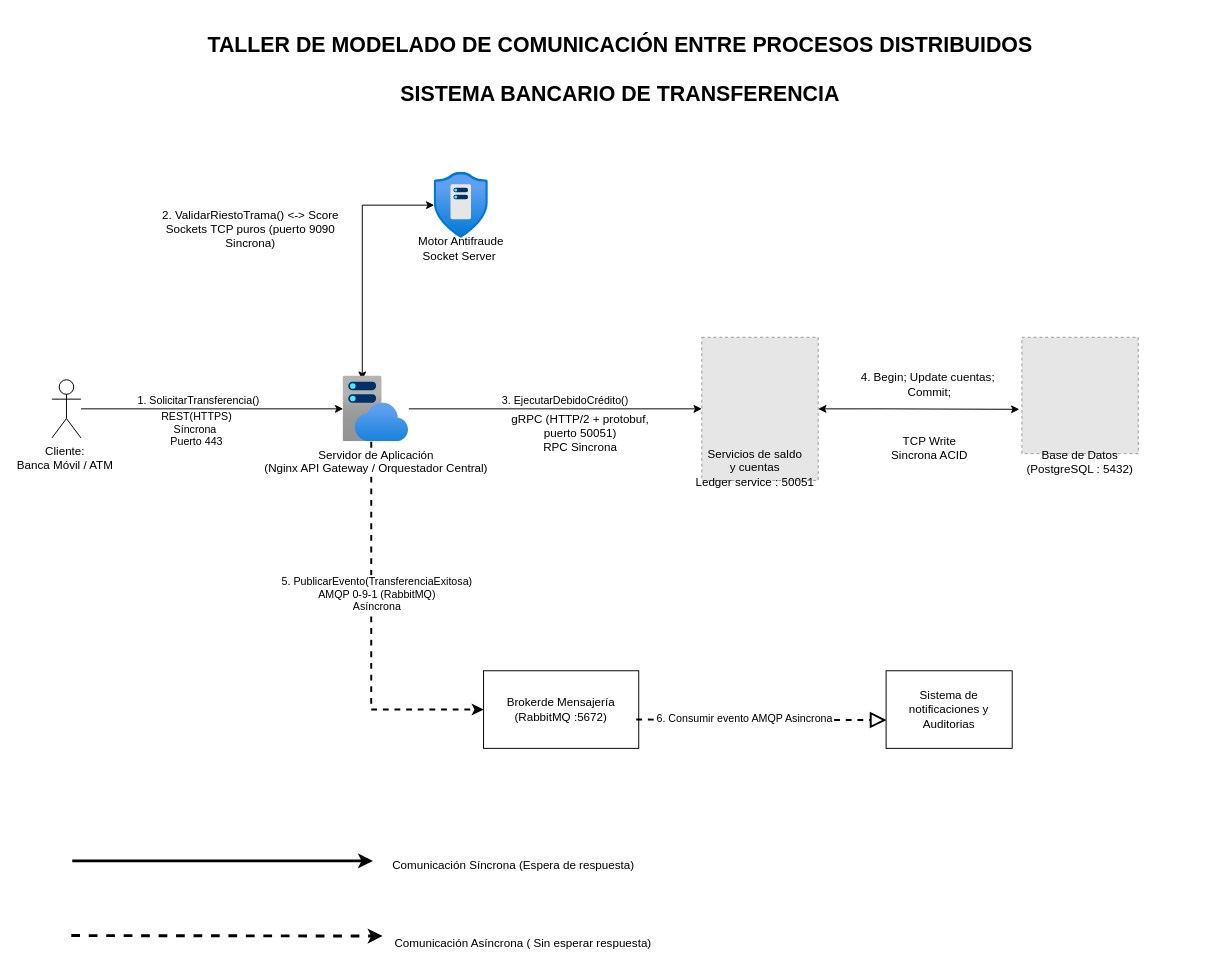
Above: page "Página-1" (1 of 2) of diagrama_bancario.drawio in JeremyJaramillo72/GA-TL-02---FORM---Modelado-de-Comunicaci-n-entre-Procesos-Distribuidos (draw.io), before the change. Source tidied: cells renumbered, new cells numbered last; positions are measured from the earlier drawing's top-left corner, leaving out a move shared by most shapes. Both pictures are drawn from the tidied source at 97%, with x=0, y=0 at pixel (51, 16). Pictures stored in the file or linked from it are replaced by grey dashed boxes.
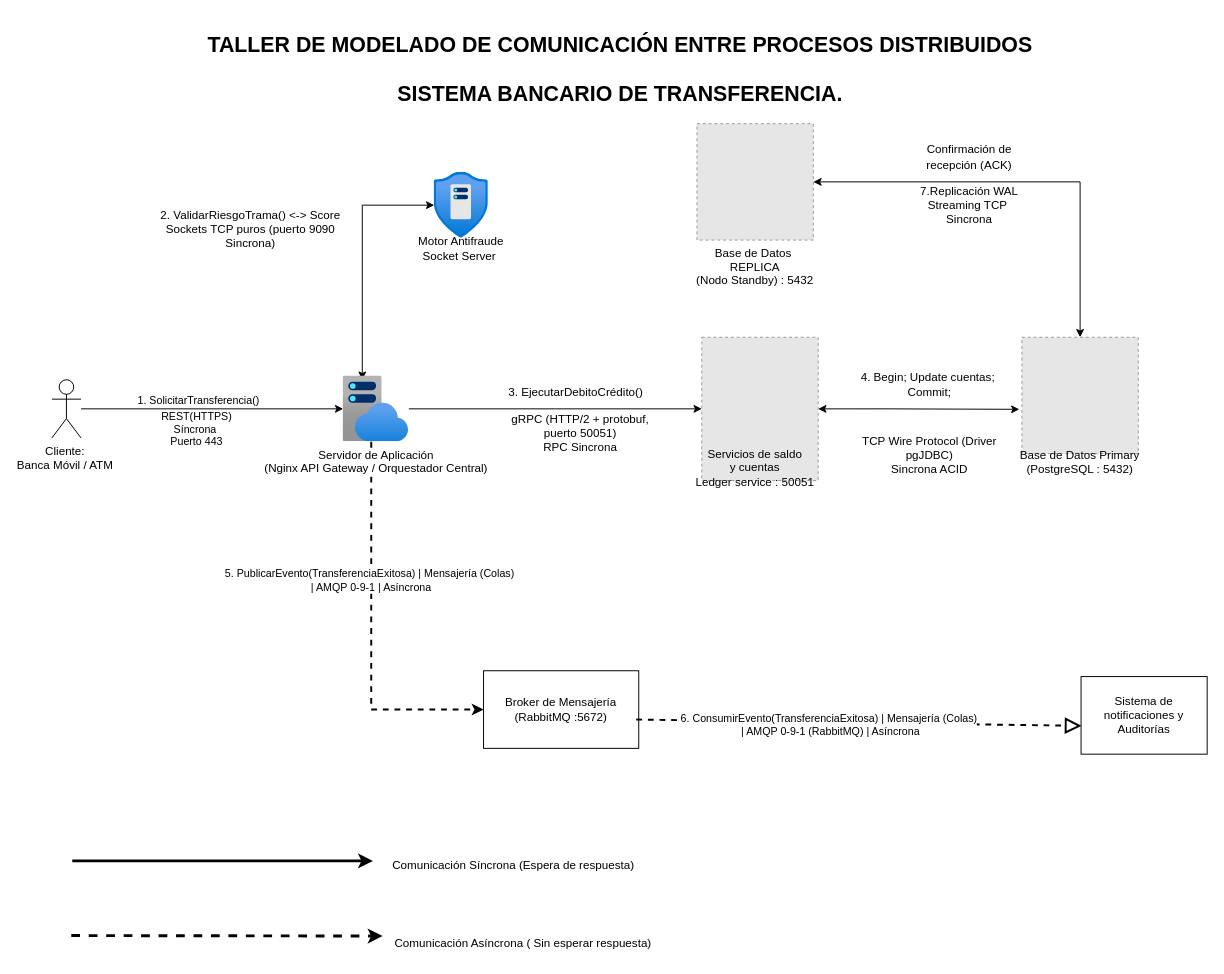
The same page after the edit.

Commit message:
Corregir protocolos, puertos y justificaciones IPC

Se corrigen las etiquetas de métodos y protocolos en las interacciones (ValidarRiesgoTrama, EjecutarDebitoCredito y TCP Wire Protocol).
Se explicitan los puertos y modos de comunicación síncrona/asíncrona (REST :443, Sockets TCP :9090, gRPC :50051, PostgreSQL :5432 y RabbitMQ AMQP :5672).

Unchanged cells that the change refers to:
```xml
<mxCell id="2" style="fillColor=#E6E6E6;strokeColor=#999999;dashed=1;verticalLabelPosition=bottom;labelBackgroundColor=default;verticalAlign=top;" parent="1" vertex="1">
  <mxGeometry x="1000" y="330.2" width="120" height="120" as="geometry" />
</mxCell>
<mxCell id="12" style="endArrow=block;dashed=1;endFill=0;endSize=12;html=1;rounded=0;defaultLabelBackgroundColor=page;entryX=0.003;entryY=0.635;entryDx=0;entryDy=0;entryPerimeter=0;exitX=0.984;exitY=0.629;exitDx=0;exitDy=0;exitPerimeter=0;strokeWidth=2;" parent="1" edge="1" source="4" target="11">
  <mxGeometry relative="1" as="geometry" />
</mxCell>
<mxCell id="14" style="edgeStyle=orthogonalEdgeStyle;rounded=0;jettySize=auto;html=1;entryX=0;entryY=0.5;entryDx=0;entryDy=0;defaultLabelBackgroundColor=page;labelPadding=0 4;exitX=0.43;exitY=1;exitDx=0;exitDy=0;exitPerimeter=0;strokeWidth=2;dashed=1;" parent="1" edge="1" source="17" target="4">
  <mxGeometry relative="1" as="geometry" />
</mxCell>
<mxCell id="19" style="edgeStyle=orthogonalEdgeStyle;rounded=0;jettySize=auto;html=1;defaultLabelBackgroundColor=page;labelPadding=0 4;" parent="1" edge="1" source="17" target="21">
  <mxGeometry relative="1" as="geometry" />
</mxCell>
```

The edit, as a diff of the source:
```diff
@@
+    <mxCell id="33" style="edgeStyle=orthogonalEdgeStyle;shape=wire;rounded=0;jettySize=auto;html=1;entryX=1;entryY=0.5;entryDx=0;entryDy=0;dashed=1;defaultLabelBackgroundColor=page;labelPadding=0 4;exitX=0.5;exitY=0;exitDx=0;exitDy=0;startArrow=classic;startFill=1;" parent="1" edge="1" source="2" target="37">
+      <mxGeometry relative="1" as="geometry" />
+    </mxCell>
@@
-    <mxCell id="4" value="Brokerde Mensajería&lt;br&gt;(RabbitMQ :5672)" style="html=1;whiteSpace=wrap;" parent="1" vertex="1">
+    <mxCell id="4" value="Broker de Mensajería&lt;br&gt;(RabbitMQ :5672)" style="html=1;whiteSpace=wrap;" parent="1" vertex="1">
       <mxGeometry x="445" y="674" width="160" height="80" as="geometry" />
     </mxCell>
@@
-    <mxCell id="11" value="Sistema de notificaciones y Auditorias" style="html=1;whiteSpace=wrap;" parent="1" vertex="1">
-      <mxGeometry x="860" y="674" width="130" height="80" as="geometry" />
+    <mxCell id="11" value="Sistema de notificaciones y Auditorías" style="html=1;whiteSpace=wrap;" parent="1" vertex="1">
+      <mxGeometry x="1061" y="680" width="130" height="80" as="geometry" />
     </mxCell>
@@
-    <mxCell id="13" value="6. Consumir evento AMQP Asincrona" style="edgeLabel;html=1;align=center;verticalAlign=middle;inheritText=1;defaultLabelBackgroundColor=page;" parent="12" vertex="1">
-      <mxGeometry x="-0.14" y="2" relative="1" as="geometry" />
-    </mxCell>
+    <mxCell id="34" value="6. ConsumirEvento(TransferenciaExitosa)&amp;nbsp;| Mensajería (Colas)&lt;br&gt;&amp;nbsp;| AMQP 0-9-1 (RabbitMQ)&amp;nbsp;| Asíncrona" style="edgeLabel;html=1;align=center;verticalAlign=middle;inheritText=1;defaultLabelBackgroundColor=page;" parent="12" vertex="1">
+      <mxGeometry x="-0.53" y="2" relative="1" as="geometry">
+        <mxPoint x="90" y="6" as="offset" />
+      </mxGeometry>
+    </mxCell>
@@
-    <mxCell id="15" value="5. PublicarEvento(TransferenciaExitosa)&lt;br&gt;AMQP 0-9-1 (RabbitMQ)&lt;br&gt;Asíncrona" style="edgeLabel;html=1;align=center;verticalAlign=middle;inheritText=1;defaultLabelBackgroundColor=page;labelPadding=0 4;" parent="14" vertex="1">
-      <mxGeometry x="-0.27" relative="1" as="geometry">
-        <mxPoint x="5" y="14" as="offset" />
-      </mxGeometry>
-    </mxCell>
+    <mxCell id="35" value="5. PublicarEvento(TransferenciaExitosa)&amp;nbsp;| Mensajería (Colas)&amp;nbsp;&lt;br&gt;| AMQP 0-9-1&amp;nbsp;| Asíncrona" style="edgeLabel;html=1;align=center;verticalAlign=middle;inheritText=1;defaultLabelBackgroundColor=page;labelPadding=0 4;" parent="14" vertex="1">
+      <mxGeometry x="-0.27" y="-1" relative="1" as="geometry" />
+    </mxCell>
-    <mxCell id="16" value="2. ValidarRiestoTrama() &amp;lt;-&amp;gt; Score&lt;br&gt;Sockets TCP puros (puerto 9090 Sincrona)" style="text;html=1;whiteSpace=wrap;strokeColor=none;fillColor=none;align=center;verticalAlign=middle;rounded=0;" parent="1" vertex="1">
+    <mxCell id="16" value="2. ValidarRiesgoTrama() &amp;lt;-&amp;gt; Score&lt;br&gt;Sockets TCP puros (puerto 9090 Sincrona)" style="text;html=1;whiteSpace=wrap;strokeColor=none;fillColor=none;align=center;verticalAlign=middle;rounded=0;" parent="1" vertex="1">
       <mxGeometry x="110" y="194" width="190" height="50" as="geometry" />
     </mxCell>
@@
-    <mxCell id="20" value="3. EjecutarDebidoCrédito()" style="edgeLabel;html=1;align=center;verticalAlign=middle;inheritText=1;defaultLabelBackgroundColor=page;labelPadding=0 4;" parent="19" vertex="1">
-      <mxGeometry x="-0.18" y="1" relative="1" as="geometry">
-        <mxPoint x="36" y="-9" as="offset" />
-      </mxGeometry>
-    </mxCell>
@@
-    <mxCell id="24" value="Base de Datos&lt;br&gt;&lt;div&gt;&lt;span style=&quot;background-color: transparent; color: light-dark(#000000, var(--ge-light-color, #ffffff));&quot;&gt;(PostgreSQL : 5432&lt;/span&gt;)&lt;/div&gt;" style="text;html=1;whiteSpace=wrap;strokeColor=none;fillColor=none;align=center;verticalAlign=middle;rounded=0;" parent="1" vertex="1">
+    <mxCell id="24" value="Base de Datos Primary&lt;br&gt;&lt;div&gt;&lt;span style=&quot;background-color: transparent; color: light-dark(#000000, var(--ge-light-color, #ffffff));&quot;&gt;(PostgreSQL : 5432&lt;/span&gt;)&lt;/div&gt;" style="text;html=1;whiteSpace=wrap;strokeColor=none;fillColor=none;align=center;verticalAlign=middle;rounded=0;" parent="1" vertex="1">
       <mxGeometry x="985" y="444" width="150" height="30" as="geometry" />
     </mxCell>
@@
-    <mxCell id="26" value="TCP Write&lt;br&gt;Sincrona ACID" style="text;whiteSpace=wrap;html=1;align=center;" parent="1" vertex="1">
+    <mxCell id="26" value="TCP Wire Protocol (Driver pgJDBC)&lt;br&gt;Sincrona ACID" style="text;whiteSpace=wrap;html=1;align=center;" parent="1" vertex="1">
       <mxGeometry x="820" y="424" width="170" height="50" as="geometry" />
     </mxCell>
-    <mxCell id="27" value="&lt;b&gt;&lt;font style=&quot;font-size: 22px;&quot;&gt;SISTEMA BANCARIO DE TRANSFERENCIA&lt;/font&gt;&lt;/b&gt;" style="text;html=1;whiteSpace=wrap;strokeColor=none;fillColor=none;align=center;verticalAlign=middle;rounded=0;" parent="1" vertex="1">
+    <mxCell id="27" value="&lt;b&gt;&lt;font style=&quot;font-size: 22px;&quot;&gt;SISTEMA BANCARIO DE TRANSFERENCIA.&lt;/font&gt;&lt;/b&gt;" style="text;html=1;whiteSpace=wrap;strokeColor=none;fillColor=none;align=center;verticalAlign=middle;rounded=0;" parent="1" vertex="1">
       <mxGeometry x="261" y="50" width="650" height="60" as="geometry" />
     </mxCell>
@@
+    <mxCell id="36" value="3. EjecutarDebitoCrédito()" style="text;strokeColor=none;fillColor=none;align=left;verticalAlign=middle;spacingTop=-1;spacingLeft=4;spacingRight=4;labelPosition=right;labelPerimeter=1;" parent="1" vertex="1">
+      <mxGeometry x="445" y="380" width="20" height="14" as="geometry" />
+    </mxCell>
+    <mxCell id="37" value="Base de Datos &#10;REPLICA&#10;(Nodo Standby) : 5432" style="fillColor=#E6E6E6;strokeColor=#999999;dashed=1;verticalLabelPosition=bottom;labelBackgroundColor=default;verticalAlign=top;" parent="1" vertex="1">
+      <mxGeometry x="665" y="110" width="120" height="120" as="geometry" />
+    </mxCell>
+    <mxCell id="38" value="7.Replicación WAL&lt;br&gt;Streaming TCP&amp;nbsp;&lt;br&gt;Sincrona" style="text;html=1;whiteSpace=wrap;strokeColor=none;fillColor=none;align=center;verticalAlign=middle;rounded=0;" parent="1" vertex="1">
+      <mxGeometry x="851" y="179" width="190" height="30" as="geometry" />
+    </mxCell>
+    <mxCell id="39" value="&lt;code&gt;&lt;font face=&quot;Helvetica&quot;&gt;Confirmación de recepción (ACK)&lt;/font&gt;&lt;/code&gt;" style="text;html=1;whiteSpace=wrap;strokeColor=none;fillColor=none;align=center;verticalAlign=middle;rounded=0;" parent="1" vertex="1">
+      <mxGeometry x="876" y="130" width="140" height="30" as="geometry" />
+    </mxCell>
```
